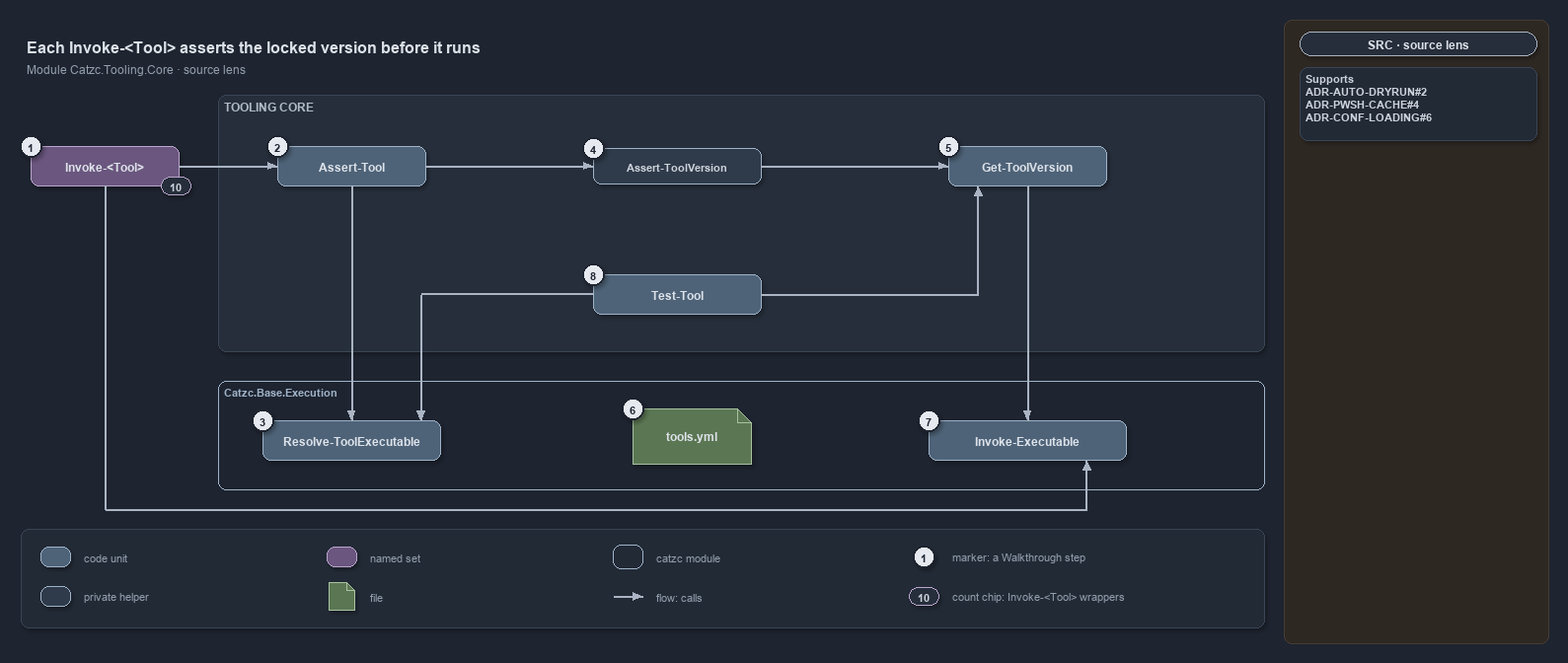
casperease/catzc keeps this draw.io diagram as docs/references/pwsh/.assets/invoke-tool-asserts-locked-version/diagram.drawio.png. Above is the earlier version. Source tidied: cells renumbered, new cells last; positions are measured from the earlier drawing's top-left corner, leaving out a move shared by most shapes. Its diagram source:
```xml
<mxGraphModel background="#1E2430" shadow="1">
  <root>
    <mxCell id="0" />
    <mxCell id="1" parent="0" />
    <mxCell id="2" style="rounded=1;arcSize=2;html=1;fillColor=#2E2823;strokeColor=#453C33;shadow=0;" parent="1" vertex="1">
      <mxGeometry x="1281" width="268" height="632" as="geometry" />
    </mxCell>
    <mxCell id="3" value="Each Invoke-&amp;lt;Tool&amp;gt; asserts the locked version before it runs" style="text;html=1;align=left;verticalAlign=middle;fontSize=16;fontStyle=1;fontColor=#DDE2E9;" parent="1" vertex="1">
      <mxGeometry x="1" y="10" width="1260" height="30" as="geometry" />
    </mxCell>
    <mxCell id="4" value="Module Catzc.Tooling.Core · source lens" style="text;html=1;align=left;verticalAlign=middle;fontSize=12;fontColor=#949FAE;" parent="1" vertex="1">
      <mxGeometry x="1" y="40" width="1260" height="20" as="geometry" />
    </mxCell>
    <mxCell id="5" value="TOOLING CORE" style="rounded=1;html=1;arcSize=3;fillColor=#262E3B;strokeColor=#3A4555;verticalAlign=top;align=left;spacingLeft=8;fontStyle=1;fontSize=12;fontColor=#B0BAC7;" parent="1" vertex="1">
      <mxGeometry x="201" y="76" width="1060" height="260" as="geometry" />
    </mxCell>
    <mxCell id="6" value="Catzc.Base.Execution" style="rounded=1;html=1;arcSize=6;fillColor=none;strokeColor=#9FB3C8;strokeWidth=1.5;verticalAlign=top;align=left;spacingLeft=8;fontStyle=1;fontSize=11;fontColor=#9FB3C8;shadow=0;" parent="1" vertex="1">
      <mxGeometry x="201" y="366" width="1060" height="110" as="geometry" />
    </mxCell>
    <mxCell id="7" value="&lt;b&gt;Invoke-&amp;lt;Tool&amp;gt;&lt;/b&gt;" style="rounded=1;whiteSpace=wrap;html=1;arcSize=20;fillColor=#6A567E;strokeColor=#B9A6CC;fontColor=#DDE2E9;fontSize=12;" parent="1" vertex="1">
      <mxGeometry x="11" y="128" width="150" height="40" as="geometry" />
    </mxCell>
    <mxCell id="8" value="&lt;b&gt;Assert-Tool&lt;/b&gt;" style="rounded=1;whiteSpace=wrap;html=1;arcSize=20;fillColor=#4E6378;strokeColor=#9FB3C8;fontColor=#DDE2E9;fontSize=12;" parent="1" vertex="1">
      <mxGeometry x="261" y="128" width="150" height="40" as="geometry" />
    </mxCell>
    <mxCell id="9" value="&lt;b&gt;Assert-ToolVersion&lt;/b&gt;" style="rounded=1;whiteSpace=wrap;html=1;arcSize=20;fillColor=#2F3B4A;strokeColor=#9FB3C8;fontColor=#CDD3DC;fontSize=11;" parent="1" vertex="1">
      <mxGeometry x="581" y="130" width="170" height="36" as="geometry" />
    </mxCell>
    <mxCell id="10" value="&lt;b&gt;Get-ToolVersion&lt;/b&gt;" style="rounded=1;whiteSpace=wrap;html=1;arcSize=20;fillColor=#4E6378;strokeColor=#9FB3C8;fontColor=#DDE2E9;fontSize=12;" parent="1" vertex="1">
      <mxGeometry x="941" y="128" width="160" height="40" as="geometry" />
    </mxCell>
    <mxCell id="11" value="&lt;b&gt;Test-Tool&lt;/b&gt;" style="rounded=1;whiteSpace=wrap;html=1;arcSize=20;fillColor=#4E6378;strokeColor=#9FB3C8;fontColor=#DDE2E9;fontSize=12;" parent="1" vertex="1">
      <mxGeometry x="581" y="258" width="170" height="40" as="geometry" />
    </mxCell>
    <mxCell id="12" value="&lt;b&gt;Resolve-ToolExecutable&lt;/b&gt;" style="rounded=1;whiteSpace=wrap;html=1;arcSize=20;fillColor=#4E6378;strokeColor=#9FB3C8;fontColor=#DDE2E9;fontSize=12;" parent="1" vertex="1">
      <mxGeometry x="246" y="406" width="180" height="40" as="geometry" />
    </mxCell>
    <mxCell id="13" value="&lt;b&gt;tools.yml&lt;/b&gt;" style="shape=note;size=14;whiteSpace=wrap;html=1;fillColor=#5B7653;strokeColor=#A9C29F;fontColor=#DDE2E9;fontSize=12;" parent="1" vertex="1">
      <mxGeometry x="621" y="394" width="120" height="56" as="geometry" />
    </mxCell>
    <mxCell id="14" value="&lt;b&gt;Invoke-Executable&lt;/b&gt;" style="rounded=1;whiteSpace=wrap;html=1;arcSize=20;fillColor=#4E6378;strokeColor=#9FB3C8;fontColor=#DDE2E9;fontSize=12;" parent="1" vertex="1">
      <mxGeometry x="921" y="406" width="200" height="40" as="geometry" />
    </mxCell>
    <mxCell id="15" style="text;html=1;strokeColor=none;fillColor=none;" parent="1" vertex="1">
      <mxGeometry x="406" y="278" width="1" height="1" as="geometry" />
    </mxCell>
    <mxCell id="16" style="text;html=1;strokeColor=none;fillColor=none;" parent="1" vertex="1">
      <mxGeometry x="406" y="406" width="1" height="1" as="geometry" />
    </mxCell>
    <mxCell id="17" style="text;html=1;strokeColor=none;fillColor=none;" parent="1" vertex="1">
      <mxGeometry x="971" y="278" width="1" height="1" as="geometry" />
    </mxCell>
    <mxCell id="18" style="text;html=1;strokeColor=none;fillColor=none;" parent="1" vertex="1">
      <mxGeometry x="971" y="168" width="1" height="1" as="geometry" />
    </mxCell>
    <mxCell id="19" style="text;html=1;strokeColor=none;fillColor=none;" parent="1" vertex="1">
      <mxGeometry x="86" y="496" width="1" height="1" as="geometry" />
    </mxCell>
    <mxCell id="20" style="text;html=1;strokeColor=none;fillColor=none;" parent="1" vertex="1">
      <mxGeometry x="1081" y="496" width="1" height="1" as="geometry" />
    </mxCell>
    <mxCell id="21" style="text;html=1;strokeColor=none;fillColor=none;" parent="1" vertex="1">
      <mxGeometry x="1081" y="446" width="1" height="1" as="geometry" />
    </mxCell>
    <mxCell id="22" style="edgeStyle=orthogonalEdgeStyle;rounded=1;html=1;fontSize=10;fontColor=#CDD3DC;endArrow=block;strokeColor=#AAB4C3;shadow=0;" parent="1" edge="1" source="7" target="8">
      <mxGeometry relative="1" as="geometry" />
    </mxCell>
    <mxCell id="23" style="edgeStyle=orthogonalEdgeStyle;rounded=1;html=1;fontSize=10;fontColor=#CDD3DC;endArrow=block;strokeColor=#AAB4C3;shadow=0;" parent="1" edge="1" source="8" target="9">
      <mxGeometry relative="1" as="geometry" />
    </mxCell>
    <mxCell id="24" style="edgeStyle=orthogonalEdgeStyle;rounded=1;html=1;fontSize=10;fontColor=#CDD3DC;endArrow=block;strokeColor=#AAB4C3;shadow=0;" parent="1" edge="1" source="9" target="10">
      <mxGeometry relative="1" as="geometry" />
    </mxCell>
    <mxCell id="25" style="edgeStyle=orthogonalEdgeStyle;rounded=1;html=1;fontSize=10;fontColor=#CDD3DC;endArrow=block;strokeColor=#AAB4C3;shadow=0;" parent="1" edge="1" source="8" target="12">
      <mxGeometry relative="1" as="geometry" />
    </mxCell>
    <mxCell id="26" style="edgeStyle=orthogonalEdgeStyle;rounded=1;html=1;fontSize=10;fontColor=#CDD3DC;endArrow=block;strokeColor=#AAB4C3;shadow=0;" parent="1" edge="1" source="10" target="14">
      <mxGeometry relative="1" as="geometry" />
    </mxCell>
    <mxCell id="27" style="edgeStyle=orthogonalEdgeStyle;rounded=1;html=1;endArrow=none;strokeColor=#AAB4C3;shadow=0;" parent="1" edge="1" source="11" target="15">
      <mxGeometry relative="1" as="geometry" />
    </mxCell>
    <mxCell id="28" style="edgeStyle=orthogonalEdgeStyle;rounded=1;html=1;fontSize=10;fontColor=#CDD3DC;endArrow=block;strokeColor=#AAB4C3;shadow=0;" parent="1" edge="1" source="15" target="16">
      <mxGeometry relative="1" as="geometry" />
    </mxCell>
    <mxCell id="29" style="edgeStyle=orthogonalEdgeStyle;rounded=1;html=1;endArrow=none;strokeColor=#AAB4C3;shadow=0;" parent="1" edge="1" source="11" target="17">
      <mxGeometry relative="1" as="geometry" />
    </mxCell>
    <mxCell id="30" style="edgeStyle=orthogonalEdgeStyle;rounded=1;html=1;fontSize=10;fontColor=#CDD3DC;endArrow=block;strokeColor=#AAB4C3;shadow=0;" parent="1" edge="1" source="17" target="18">
      <mxGeometry relative="1" as="geometry" />
    </mxCell>
    <mxCell id="31" style="edgeStyle=orthogonalEdgeStyle;rounded=1;html=1;endArrow=none;strokeColor=#AAB4C3;shadow=0;" parent="1" edge="1" source="7" target="19">
      <mxGeometry relative="1" as="geometry" />
    </mxCell>
    <mxCell id="32" style="edgeStyle=orthogonalEdgeStyle;rounded=1;html=1;endArrow=none;strokeColor=#AAB4C3;shadow=0;" parent="1" edge="1" source="19" target="20">
      <mxGeometry relative="1" as="geometry" />
    </mxCell>
    <mxCell id="33" style="edgeStyle=orthogonalEdgeStyle;rounded=1;html=1;fontSize=10;fontColor=#CDD3DC;endArrow=block;strokeColor=#AAB4C3;shadow=0;" parent="1" edge="1" source="20" target="21">
      <mxGeometry relative="1" as="geometry" />
    </mxCell>
    <mxCell id="34" value="10" style="rounded=1;arcSize=50;whiteSpace=wrap;html=1;fillColor=#262E3B;strokeColor=#B9A6CC;fontColor=#CDD3DC;fontStyle=1;fontSize=11;" parent="1" vertex="1">
      <mxGeometry x="143" y="159" width="30" height="18" as="geometry" />
    </mxCell>
    <mxCell id="35" value="1" style="ellipse;html=1;fillColor=#E6EAF0;strokeColor=#1E2430;strokeWidth=2;fontColor=#1E2430;fontStyle=1;fontSize=11;" parent="1" vertex="1">
      <mxGeometry y="117" width="22" height="22" as="geometry" />
    </mxCell>
    <mxCell id="36" value="2" style="ellipse;html=1;fillColor=#E6EAF0;strokeColor=#1E2430;strokeWidth=2;fontColor=#1E2430;fontStyle=1;fontSize=11;" parent="1" vertex="1">
      <mxGeometry x="250" y="117" width="22" height="22" as="geometry" />
    </mxCell>
    <mxCell id="37" value="3" style="ellipse;html=1;fillColor=#E6EAF0;strokeColor=#1E2430;strokeWidth=2;fontColor=#1E2430;fontStyle=1;fontSize=11;" parent="1" vertex="1">
      <mxGeometry x="235" y="395" width="22" height="22" as="geometry" />
    </mxCell>
    <mxCell id="38" value="4" style="ellipse;html=1;fillColor=#E6EAF0;strokeColor=#1E2430;strokeWidth=2;fontColor=#1E2430;fontStyle=1;fontSize=11;" parent="1" vertex="1">
      <mxGeometry x="570" y="119" width="22" height="22" as="geometry" />
    </mxCell>
    <mxCell id="39" value="5" style="ellipse;html=1;fillColor=#E6EAF0;strokeColor=#1E2430;strokeWidth=2;fontColor=#1E2430;fontStyle=1;fontSize=11;" parent="1" vertex="1">
      <mxGeometry x="930" y="117" width="22" height="22" as="geometry" />
    </mxCell>
    <mxCell id="40" value="6" style="ellipse;html=1;fillColor=#E6EAF0;strokeColor=#1E2430;strokeWidth=2;fontColor=#1E2430;fontStyle=1;fontSize=11;" parent="1" vertex="1">
      <mxGeometry x="610" y="383" width="22" height="22" as="geometry" />
    </mxCell>
    <mxCell id="41" value="7" style="ellipse;html=1;fillColor=#E6EAF0;strokeColor=#1E2430;strokeWidth=2;fontColor=#1E2430;fontStyle=1;fontSize=11;" parent="1" vertex="1">
      <mxGeometry x="910" y="395" width="22" height="22" as="geometry" />
    </mxCell>
    <mxCell id="42" value="8" style="ellipse;html=1;fillColor=#E6EAF0;strokeColor=#1E2430;strokeWidth=2;fontColor=#1E2430;fontStyle=1;fontSize=11;" parent="1" vertex="1">
      <mxGeometry x="570" y="247" width="22" height="22" as="geometry" />
    </mxCell>
    <mxCell id="43" style="rounded=1;arcSize=6;html=1;fillColor=#222A36;strokeColor=#3A4555;" parent="1" vertex="1">
      <mxGeometry x="1" y="516" width="1260" height="100" as="geometry" />
    </mxCell>
    <mxCell id="44" style="rounded=1;whiteSpace=wrap;html=1;arcSize=20;fillColor=#4E6378;strokeColor=#9FB3C8;" parent="1" vertex="1">
      <mxGeometry x="21" y="534" width="30" height="20" as="geometry" />
    </mxCell>
    <mxCell id="45" value="code unit" style="text;html=1;align=left;verticalAlign=middle;fontSize=11;fontColor=#949FAE;" parent="1" vertex="1">
      <mxGeometry x="59" y="534" width="200" height="20" as="geometry" />
    </mxCell>
    <mxCell id="46" style="rounded=1;whiteSpace=wrap;html=1;arcSize=20;fillColor=#2F3B4A;strokeColor=#9FB3C8;" parent="1" vertex="1">
      <mxGeometry x="21" y="574" width="30" height="20" as="geometry" />
    </mxCell>
    <mxCell id="47" value="private helper" style="text;html=1;align=left;verticalAlign=middle;fontSize=11;fontColor=#949FAE;" parent="1" vertex="1">
      <mxGeometry x="59" y="574" width="200" height="20" as="geometry" />
    </mxCell>
    <mxCell id="48" style="rounded=1;whiteSpace=wrap;html=1;arcSize=20;fillColor=#6A567E;strokeColor=#B9A6CC;" parent="1" vertex="1">
      <mxGeometry x="311" y="534" width="30" height="20" as="geometry" />
    </mxCell>
    <mxCell id="49" value="named set" style="text;html=1;align=left;verticalAlign=middle;fontSize=11;fontColor=#949FAE;" parent="1" vertex="1">
      <mxGeometry x="349" y="534" width="200" height="20" as="geometry" />
    </mxCell>
    <mxCell id="50" style="shape=note;size=8;whiteSpace=wrap;html=1;fillColor=#5B7653;strokeColor=#A9C29F;" parent="1" vertex="1">
      <mxGeometry x="313" y="570" width="26" height="28" as="geometry" />
    </mxCell>
    <mxCell id="51" value="file" style="text;html=1;align=left;verticalAlign=middle;fontSize=11;fontColor=#949FAE;" parent="1" vertex="1">
      <mxGeometry x="349" y="574" width="200" height="20" as="geometry" />
    </mxCell>
    <mxCell id="52" style="rounded=1;html=1;arcSize=6;fillColor=none;strokeColor=#9FB3C8;strokeWidth=1.5;shadow=0;" parent="1" vertex="1">
      <mxGeometry x="601" y="532" width="30" height="24" as="geometry" />
    </mxCell>
    <mxCell id="53" value="catzc module" style="text;html=1;align=left;verticalAlign=middle;fontSize=11;fontColor=#949FAE;" parent="1" vertex="1">
      <mxGeometry x="639" y="534" width="200" height="20" as="geometry" />
    </mxCell>
    <mxCell id="54" style="text;html=1;strokeColor=none;fillColor=none;" parent="1" vertex="1">
      <mxGeometry x="601" y="584" width="1" height="1" as="geometry" />
    </mxCell>
    <mxCell id="55" style="text;html=1;strokeColor=none;fillColor=none;" parent="1" vertex="1">
      <mxGeometry x="631" y="584" width="1" height="1" as="geometry" />
    </mxCell>
    <mxCell id="56" style="edgeStyle=orthogonalEdgeStyle;rounded=1;html=1;endArrow=block;strokeColor=#AAB4C3;shadow=0;" parent="1" edge="1" source="54" target="55">
      <mxGeometry relative="1" as="geometry" />
    </mxCell>
    <mxCell id="57" value="flow: calls" style="text;html=1;align=left;verticalAlign=middle;fontSize=11;fontColor=#949FAE;" parent="1" vertex="1">
      <mxGeometry x="639" y="574" width="220" height="20" as="geometry" />
    </mxCell>
    <mxCell id="58" value="1" style="ellipse;html=1;fillColor=#E6EAF0;strokeColor=#1E2430;strokeWidth=2;fontColor=#1E2430;fontStyle=1;fontSize=11;" parent="1" vertex="1">
      <mxGeometry x="905" y="533" width="22" height="22" as="geometry" />
    </mxCell>
    <mxCell id="59" value="marker: a Walkthrough step" style="text;html=1;align=left;verticalAlign=middle;fontSize=11;fontColor=#949FAE;" parent="1" vertex="1">
      <mxGeometry x="939" y="534" width="220" height="20" as="geometry" />
    </mxCell>
    <mxCell id="60" value="10" style="rounded=1;arcSize=50;whiteSpace=wrap;html=1;fillColor=#262E3B;strokeColor=#B9A6CC;fontColor=#CDD3DC;fontStyle=1;fontSize=11;" parent="1" vertex="1">
      <mxGeometry x="901" y="575" width="30" height="18" as="geometry" />
    </mxCell>
    <mxCell id="61" value="count chip: Invoke-&amp;lt;Tool&amp;gt; wrappers" style="text;html=1;align=left;verticalAlign=middle;fontSize=11;fontColor=#949FAE;" parent="1" vertex="1">
      <mxGeometry x="939" y="574" width="300" height="20" as="geometry" />
    </mxCell>
    <mxCell id="62" value="SRC · source lens" style="rounded=1;arcSize=50;whiteSpace=wrap;html=1;fillColor=#262E3B;strokeColor=#AAB4C3;fontColor=#DDE2E9;fontStyle=1;fontSize=12;" parent="1" vertex="1">
      <mxGeometry x="1297" y="12" width="240" height="24" as="geometry" />
    </mxCell>
    <mxCell id="63" value="&lt;b&gt;Supports&lt;/b&gt;&lt;br&gt;ADR-AUTO-DRYRUN#2&lt;br&gt;ADR-PWSH-CACHE#4&lt;br&gt;ADR-CONF-LOADING#6" style="rounded=1;arcSize=6;whiteSpace=wrap;html=1;align=left;verticalAlign=top;spacingLeft=6;fontSize=11;fontColor=#CDD3DC;fillColor=#222A36;strokeColor=#3A4555;" parent="1" vertex="1">
      <mxGeometry x="1297" y="48" width="240" height="74" as="geometry" />
    </mxCell>
  </root>
</mxGraphModel>
```
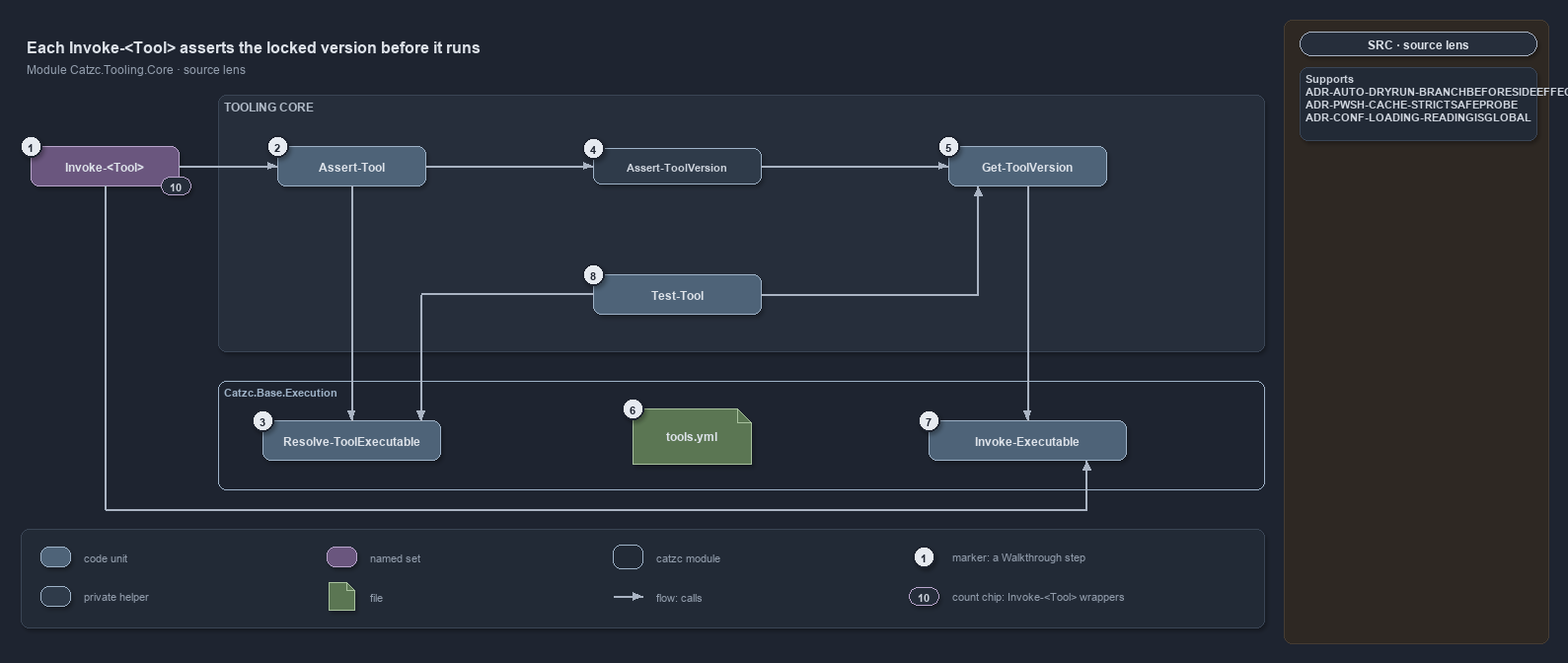
Above is the later version.

Change to the diagram source:
```diff
@@ -185,7 +185,7 @@
     <mxCell id="62" value="SRC · source lens" style="rounded=1;arcSize=50;whiteSpace=wrap;html=1;fillColor=#262E3B;strokeColor=#AAB4C3;fontColor=#DDE2E9;fontStyle=1;fontSize=12;" parent="1" vertex="1">
       <mxGeometry x="1297" y="12" width="240" height="24" as="geometry" />
     </mxCell>
-    <mxCell id="63" value="&lt;b&gt;Supports&lt;/b&gt;&lt;br&gt;ADR-AUTO-DRYRUN#2&lt;br&gt;ADR-PWSH-CACHE#4&lt;br&gt;ADR-CONF-LOADING#6" style="rounded=1;arcSize=6;whiteSpace=wrap;html=1;align=left;verticalAlign=top;spacingLeft=6;fontSize=11;fontColor=#CDD3DC;fillColor=#222A36;strokeColor=#3A4555;" parent="1" vertex="1">
+    <mxCell id="63" value="&lt;b&gt;Supports&lt;/b&gt;&lt;br&gt;ADR-AUTO-DRYRUN-BRANCHBEFORESIDEEFFECT&lt;br&gt;ADR-PWSH-CACHE-STRICTSAFEPROBE&lt;br&gt;ADR-CONF-LOADING-READINGISGLOBAL" style="rounded=1;arcSize=6;whiteSpace=wrap;html=1;align=left;verticalAlign=top;spacingLeft=6;fontSize=11;fontColor=#CDD3DC;fillColor=#222A36;strokeColor=#3A4555;" parent="1" vertex="1">
       <mxGeometry x="1297" y="48" width="240" height="74" as="geometry" />
     </mxCell>
   </root>
```
